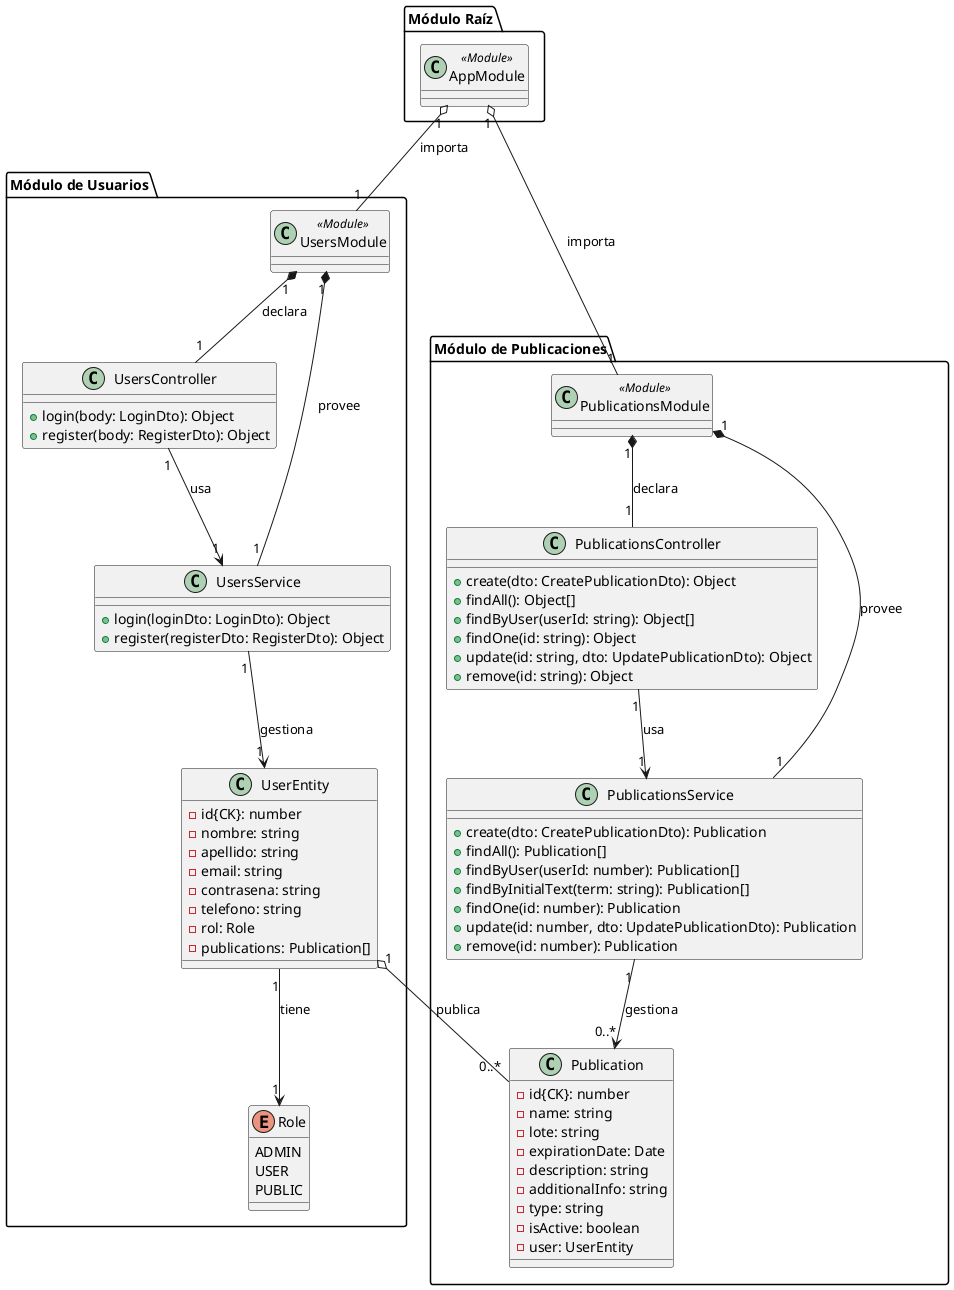
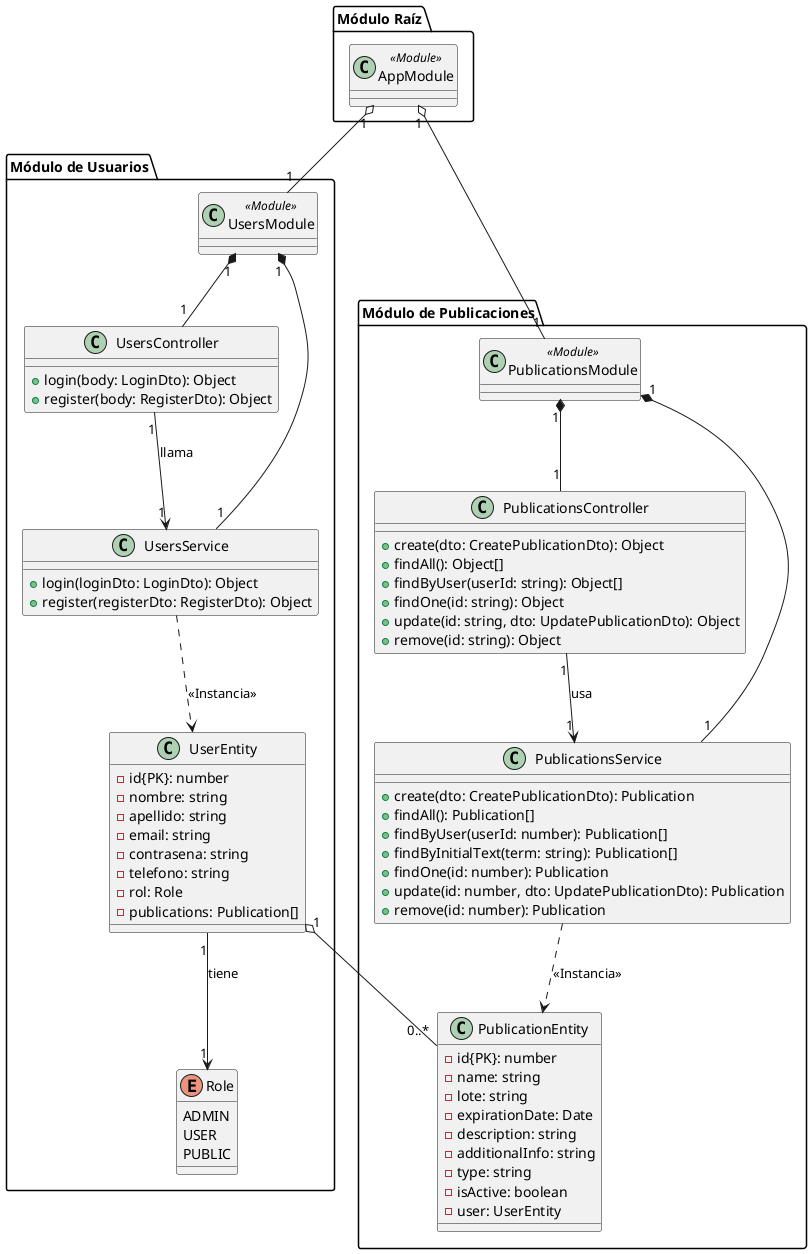
@startuml

package "Módulo Raíz" {
    class AppModule <<Module>> {
    }
}

package "Módulo de Usuarios" {
    class UsersModule <<Module>> {
    }

    enum Role {
        ADMIN
        USER
        PUBLIC
    }

    class UsersController {
        + login(body: LoginDto): Object
        + register(body: RegisterDto): Object
    }

    class UsersService {
        + login(loginDto: LoginDto): Object
        + register(registerDto: RegisterDto): Object
    }

    class UserEntity {
-         - id{CK}: number
+         - id{PK}: number
        - nombre: string
        - apellido: string
        - email: string
        - contrasena: string
        - telefono: string
        - rol: Role
        - publications: Publication[]
    }

    ' Composición: El módulo controla el ciclo de vida de sus componentes
-     UsersModule "1" *-- "1" UsersController : declara
-     UsersModule "1" *-- "1" UsersService : provee
+     UsersModule "1" *-- "1" UsersController
+     UsersModule "1" *-- "1" UsersService

    ' Asociación: El controlador usa el servicio
-     UsersController "1" --> "1" UsersService : usa
-     UsersService "1" --> "1" UserEntity : gestiona
+     UsersController "1" --> "1" UsersService : llama
+     UsersService ..> UserEntity : <<Instancia>>
    UserEntity "1" --> "1" Role : tiene
}

package "Módulo de Publicaciones" {
    class PublicationsModule <<Module>> {
    }

    class PublicationsController {
        + create(dto: CreatePublicationDto): Object
        + findAll(): Object[]
        + findByUser(userId: string): Object[]
        + findOne(id: string): Object
        + update(id: string, dto: UpdatePublicationDto): Object
        + remove(id: string): Object
    }

    class PublicationsService {
        + create(dto: CreatePublicationDto): Publication
        + findAll(): Publication[]
        + findByUser(userId: number): Publication[]
        + findByInitialText(term: string): Publication[]
        + findOne(id: number): Publication
        + update(id: number, dto: UpdatePublicationDto): Publication
        + remove(id: number): Publication
    }

-     class Publication {
-         - id{CK}: number
+     class PublicationEntity {
+         - id{PK}: number
        - name: string
        - lote: string
        - expirationDate: Date
        - description: string
        - additionalInfo: string
        - type: string
        - isActive: boolean
        - user: UserEntity
    }

    ' Composición
-     PublicationsModule "1" *-- "1" PublicationsController : declara
-     PublicationsModule "1" *-- "1" PublicationsService : provee
+     PublicationsModule "1" *-- "1" PublicationsController
+     PublicationsModule "1" *-- "1" PublicationsService

    ' Asociación
    PublicationsController "1" --> "1" PublicationsService : usa
-     PublicationsService "1" --> "0..*" Publication : gestiona
+     PublicationsService ..> PublicationEntity : <<Instancia>>
}

' Agregación: El módulo raíz agrupa a los módulos hijos
- AppModule "1" o-- "1" UsersModule : importa
- AppModule "1" o-- "1" PublicationsModule : importa
+ AppModule "1" o-- "1" UsersModule
+ AppModule "1" o-- "1" PublicationsModule

' Agregación: Un usuario agrupa publicaciones
- UserEntity "1" o-- "0..*" Publication : publica
+ UserEntity "1" o-- "0..*" PublicationEntity

@enduml
